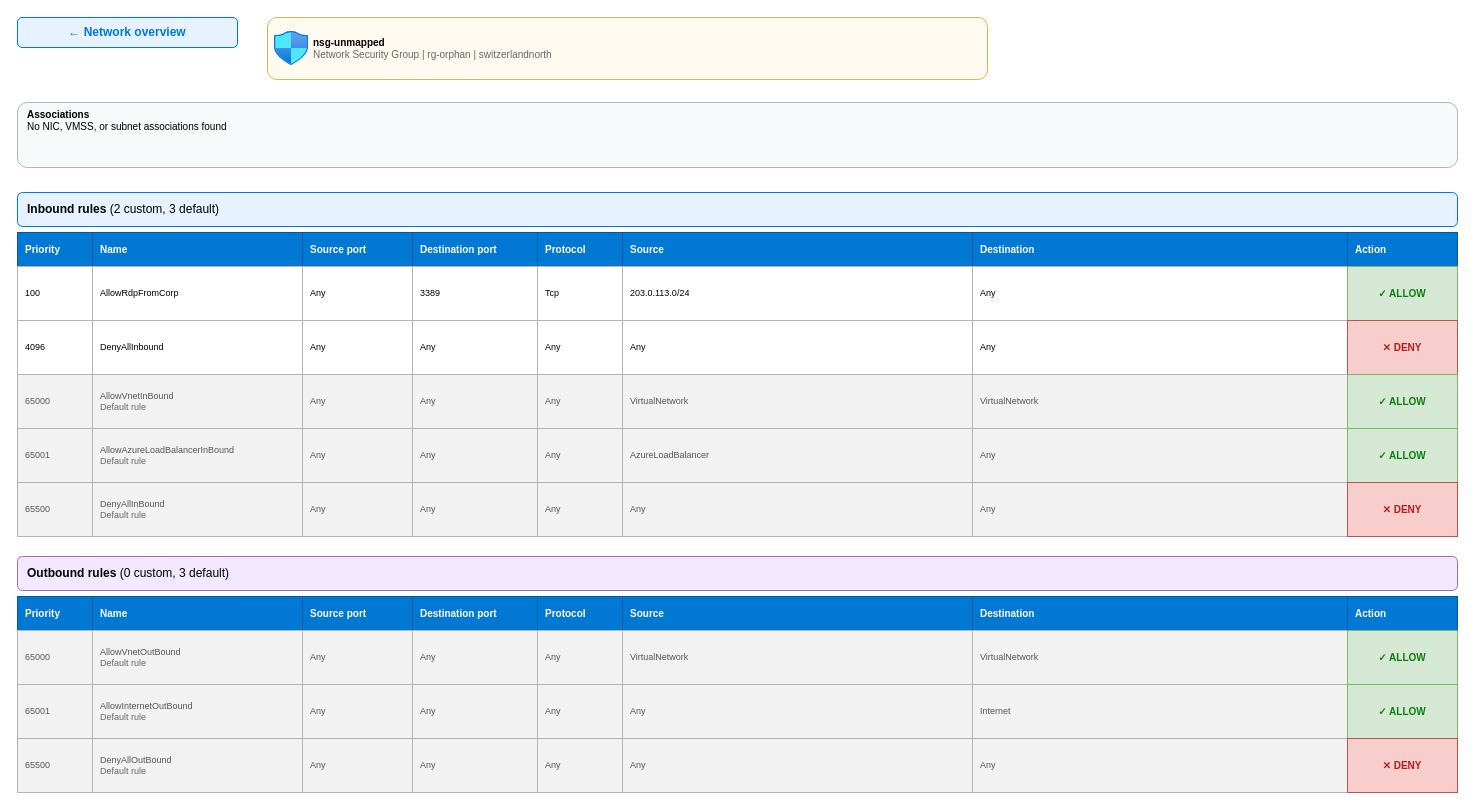
zh54321/VNetAtlas keeps this draw.io diagram as page "NSG - nsg-unmapped" (7 of 13) of sample-network.drawio. Above is the earlier version. Source tidied: cells renumbered, new cells numbered last; positions are measured from the earlier drawing's top-left corner, leaving out a move shared by most shapes. Both pictures are drawn from the tidied source at 100%, with x=0, y=0 at pixel (17, 17).
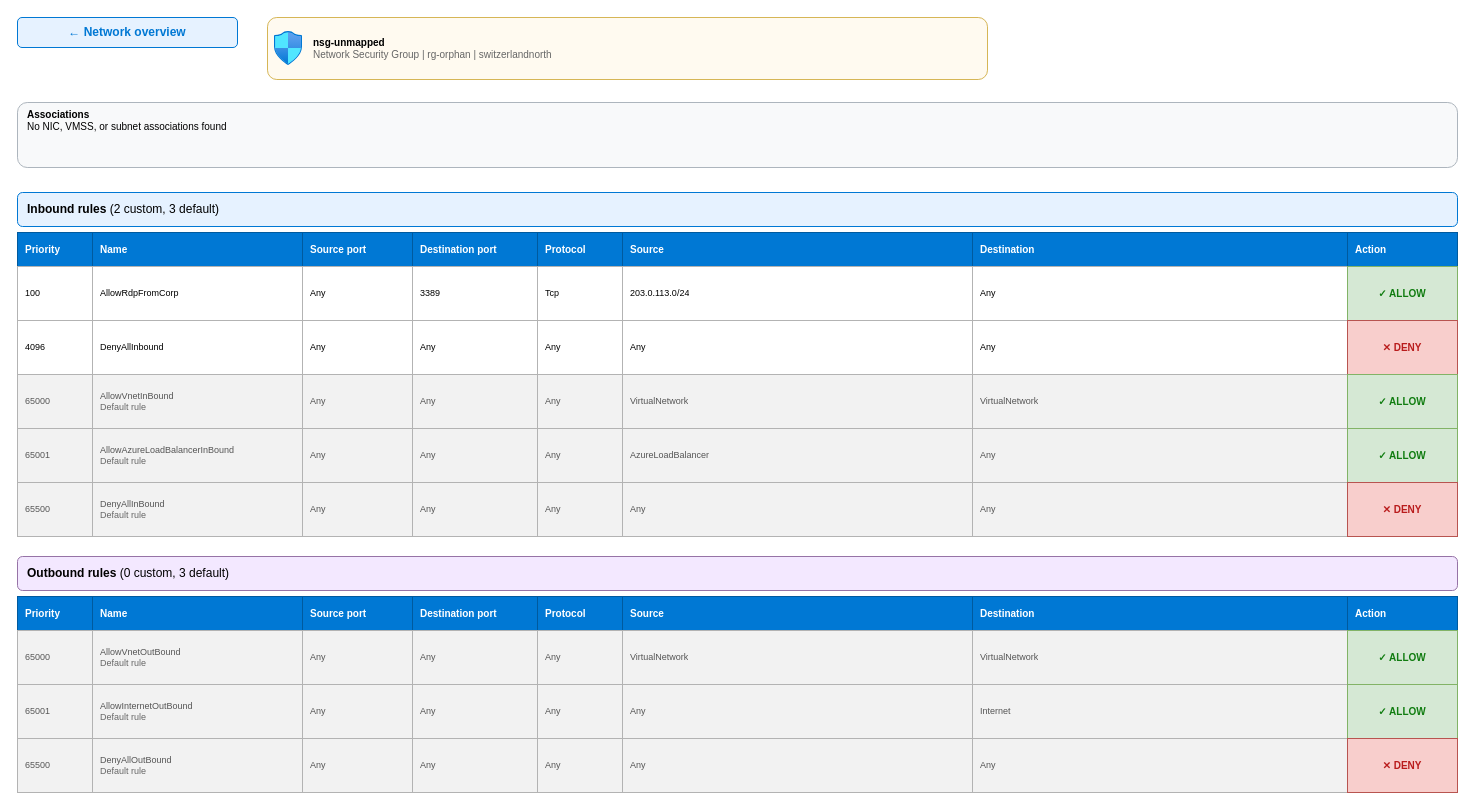
The same diagram, later.

What changed in the source:
```diff
@@
-    <mxCell id="3" value="&lt;b&gt;nsg-unmapped&lt;/b&gt;&lt;br&gt;&lt;font color='#666666'&gt;Network Security Group | rg-orphan | switzerlandnorth&lt;/font&gt;" style="shape=label;rounded=1;whiteSpace=wrap;html=1;image=img/lib/azure2/networking/Network_Security_Groups.svg;imageWidth=34;imageHeight=34;imageAlign=left;imageVerticalAlign=middle;spacingLeft=44;align=left;verticalAlign=middle;fillColor=light-dark(#fffaf0,#2e2a1f);strokeColor=light-dark(#d6b656,#a88f3f);fontSize=10;overflow=hidden;fontColor=light-dark(#000000,#dcdde0);" parent="1" vertex="1">
+    <mxCell id="3" value="&lt;b&gt;nsg-unmapped&lt;/b&gt;&lt;br&gt;&lt;font color='#666666'&gt;Network Security Group | rg-orphan | switzerlandnorth&lt;/font&gt;" style="shape=label;rounded=1;whiteSpace=wrap;html=1;image=img/lib/azure2/networking/Network_Security_Groups.svg;imageWidth=28;imageHeight=34;imageAlign=left;imageVerticalAlign=middle;spacingLeft=44;align=left;verticalAlign=middle;fillColor=light-dark(#fffaf0,#2e2a1f);strokeColor=light-dark(#d6b656,#a88f3f);fontSize=10;overflow=hidden;fontColor=light-dark(#000000,#dcdde0);" parent="1" vertex="1">
       <mxGeometry x="250" width="720" height="62" as="geometry" />
     </mxCell>
```
